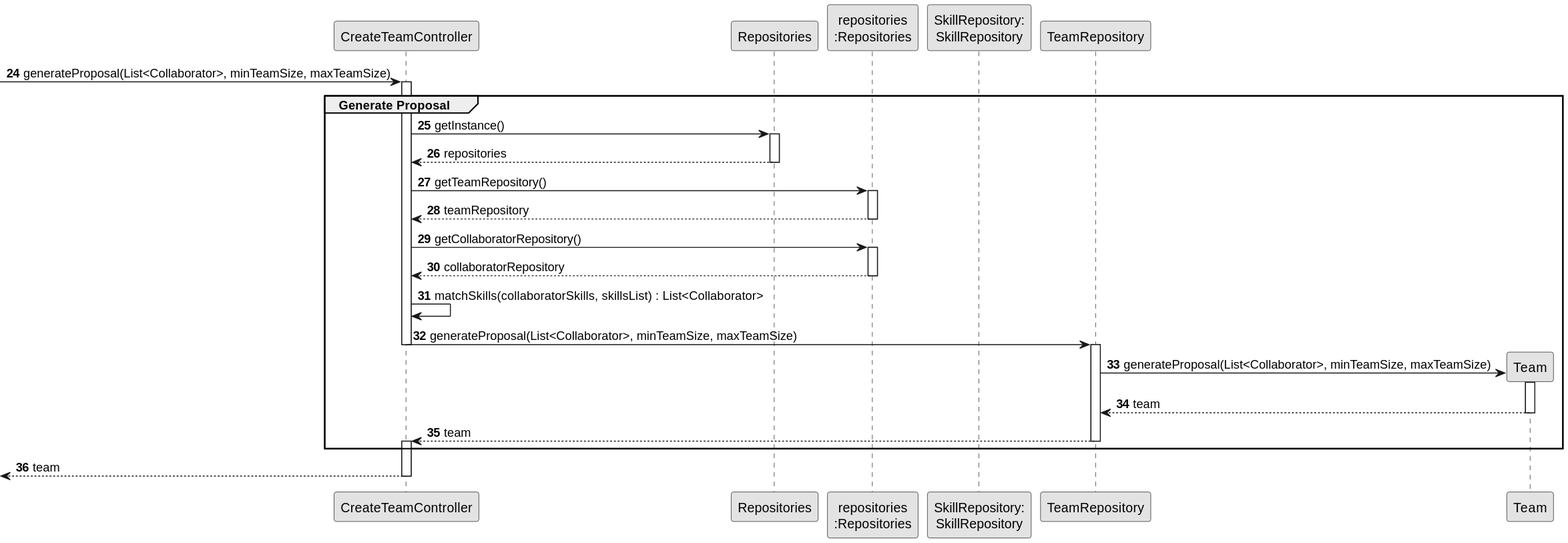
Earlier version of the PlantUML export docs/sprintB/us005/03.design/svg/us005-sequence-diagram-partial-team-proposal.svg (ricardomm7/leaflink). Its diagram source:
```plantuml
@startuml
skinparam monochrome true
skinparam packageStyle rectangle
skinparam shadowing false

participant "CreateTeamController" as CTRL
participant "Repositories" as RepositorySingleton
participant "repositories\n:Repositories" as PLAT
participant "SkillRepository:\nSkillRepository" as SkillRepository

autonumber 24

 -> CTRL : generateProposal(List<Collaborator>, minTeamSize, maxTeamSize)
activate CTRL
    group Generate Proposal

            CTRL -> RepositorySingleton : getInstance()
            activate RepositorySingleton

                RepositorySingleton --> CTRL: repositories
            deactivate RepositorySingleton

            CTRL -> PLAT : getTeamRepository()
            activate PLAT

                PLAT --> CTRL: teamRepository
            deactivate PLAT

            CTRL -> PLAT : getCollaboratorRepository()
            activate PLAT

                PLAT --> CTRL: collaboratorRepository
            deactivate PLAT


            CTRL -> CTRL : matchSkills(collaboratorSkills, skillsList) : List<Collaborator>

            CTRL -> TeamRepository : generateProposal(List<Collaborator>, minTeamSize, maxTeamSize)
deactivate CTRL
    activate TeamRepository

        TeamRepository -> Team**: generateProposal(List<Collaborator>, minTeamSize, maxTeamSize)
activate Team
Team -->TeamRepository : team
deactivate Team
TeamRepository --> CTRL : team
    deactivate TeamRepository
    activate CTRL
    deactivate CTRL

    end
    <-- CTRL : team
deactivate CTRL
@enduml
```
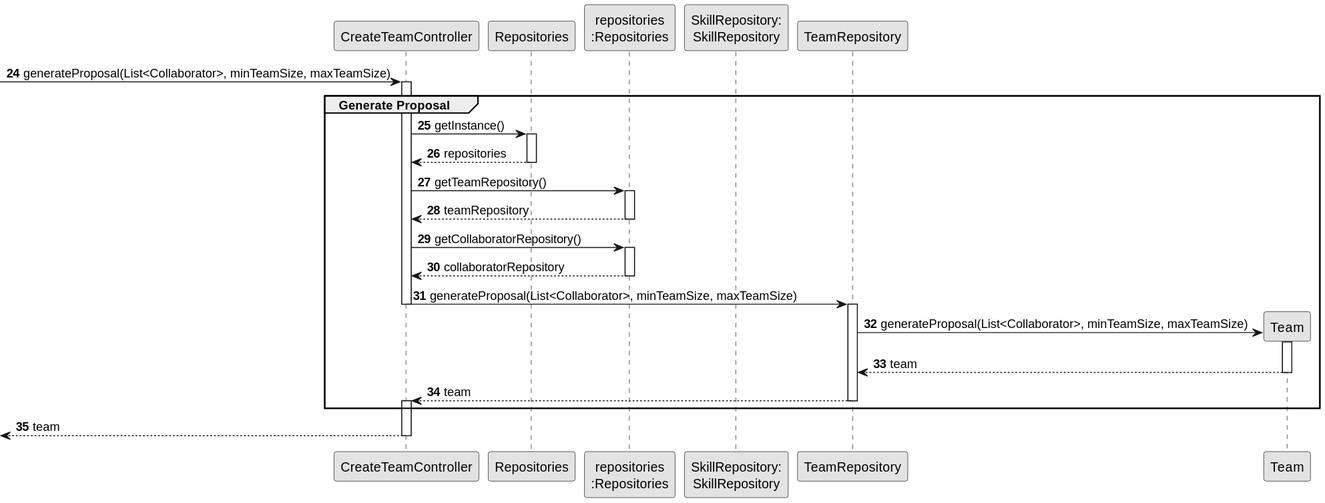
The same file after the commit.

Change to the diagram source:
```diff
@@ -33,7 +33,6 @@
             deactivate PLAT
 
 
-            CTRL -> CTRL : matchSkills(collaboratorSkills, skillsList) : List<Collaborator>
 
             CTRL -> TeamRepository : generateProposal(List<Collaborator>, minTeamSize, maxTeamSize)
 deactivate CTRL
```
